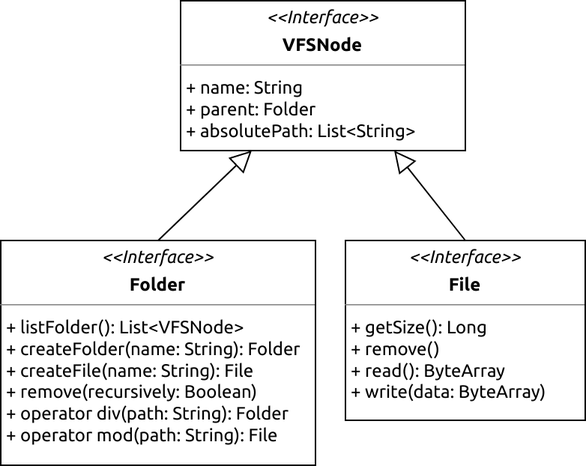
This is images/vfsnode-folder-file.png from vsalavatov/bsse-diploma, a draw.io export, as it was before one commit. Source tidied: cells renumbered, new cells last; positions are measured from the earlier drawing's top-left corner, leaving out a move shared by most shapes. The source it was exported from:
```xml
<mxGraphModel>
  <root>
    <mxCell id="0" />
    <mxCell id="1" parent="0" />
    <mxCell id="2" value="&lt;p style=&quot;margin: 0px ; margin-top: 4px ; text-align: center&quot;&gt;&lt;i&gt;&amp;lt;&amp;lt;Interface&amp;gt;&amp;gt;&lt;/i&gt;&lt;/p&gt;&lt;p style=&quot;margin: 0px ; margin-top: 4px ; text-align: center&quot;&gt;&lt;b&gt;VFSNode&lt;/b&gt;&lt;br&gt;&lt;/p&gt;&lt;hr size=&quot;1&quot;&gt;&lt;p style=&quot;margin: 0px ; margin-left: 4px&quot;&gt;+ name: String&lt;br&gt;+ parent: Folder&lt;/p&gt;&lt;p style=&quot;margin: 0px ; margin-left: 4px&quot;&gt;+ absolutePath: List&amp;lt;String&amp;gt;&lt;br&gt;&lt;/p&gt;&lt;hr size=&quot;1&quot;&gt;" style="verticalAlign=top;align=left;overflow=fill;fontSize=12;fontFamily=Helvetica;html=1;" parent="1" vertex="1">
      <mxGeometry x="120" width="190" height="100" as="geometry" />
    </mxCell>
    <mxCell id="3" value="&lt;p style=&quot;margin: 0px ; margin-top: 4px ; text-align: center&quot;&gt;&lt;i&gt;&amp;lt;&amp;lt;Interface&amp;gt;&amp;gt;&lt;/i&gt;&lt;/p&gt;&lt;p style=&quot;margin: 0px ; margin-top: 4px ; text-align: center&quot;&gt;&lt;b&gt;Folder&lt;/b&gt;&lt;br&gt;&lt;/p&gt;&lt;hr size=&quot;1&quot;&gt;&lt;p style=&quot;margin: 0px ; margin-left: 4px&quot;&gt;+ listFolder(): List&amp;lt;VFSNode&amp;gt;&lt;br&gt;+ createFolder(name: String): Folder&lt;/p&gt;&lt;p style=&quot;margin: 0px ; margin-left: 4px&quot;&gt;+ createFile(name: String): File&lt;/p&gt;&lt;p style=&quot;margin: 0px ; margin-left: 4px&quot;&gt;+ remove(recursively: Boolean)&lt;/p&gt;&lt;p style=&quot;margin: 0px ; margin-left: 4px&quot;&gt;+ operator div(path: String): Folder&lt;/p&gt;&lt;p style=&quot;margin: 0px ; margin-left: 4px&quot;&gt;+ operator mod(path: String): File&lt;br&gt;&lt;/p&gt;" style="verticalAlign=top;align=left;overflow=fill;fontSize=12;fontFamily=Helvetica;html=1;" parent="1" vertex="1">
      <mxGeometry y="160" width="210" height="150" as="geometry" />
    </mxCell>
    <mxCell id="4" style="endArrow=block;endSize=12;endFill=0;html=1;rounded=0;entryX=0.25;entryY=1;entryDx=0;entryDy=0;exitX=0.5;exitY=0;exitDx=0;exitDy=0;" parent="1" edge="1" source="3" target="2">
      <mxGeometry relative="1" as="geometry" />
    </mxCell>
    <mxCell id="5" value="&lt;p style=&quot;margin: 0px ; margin-top: 4px ; text-align: center&quot;&gt;&lt;i&gt;&amp;lt;&amp;lt;Interface&amp;gt;&amp;gt;&lt;/i&gt;&lt;/p&gt;&lt;p style=&quot;margin: 0px ; margin-top: 4px ; text-align: center&quot;&gt;&lt;b&gt;File&lt;/b&gt;&lt;br&gt;&lt;/p&gt;&lt;hr size=&quot;1&quot;&gt;&lt;p style=&quot;margin: 0px ; margin-left: 4px&quot;&gt;+ getSize(): Long&lt;br&gt;+ remove()&lt;/p&gt;&lt;p style=&quot;margin: 0px ; margin-left: 4px&quot;&gt;+ read(): ByteArray&lt;br&gt;&lt;/p&gt;&lt;p style=&quot;margin: 0px ; margin-left: 4px&quot;&gt;+ write(data: ByteArray)&lt;/p&gt;" style="verticalAlign=top;align=left;overflow=fill;fontSize=12;fontFamily=Helvetica;html=1;" parent="1" vertex="1">
      <mxGeometry x="230" y="160" width="160" height="120" as="geometry" />
    </mxCell>
    <mxCell id="6" style="endArrow=block;endSize=12;endFill=0;html=1;rounded=0;exitX=0.5;exitY=0;exitDx=0;exitDy=0;entryX=0.75;entryY=1;entryDx=0;entryDy=0;" parent="1" edge="1" source="5" target="2">
      <mxGeometry relative="1" as="geometry" />
    </mxCell>
  </root>
</mxGraphModel>
```
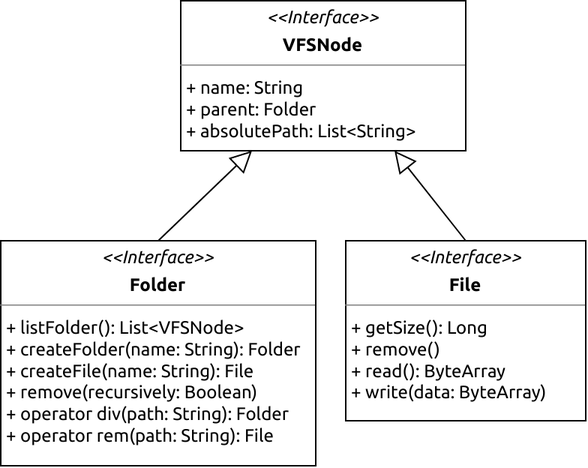
After the commit.

What changed in the source:
```diff
@@ -5,7 +5,7 @@
     <mxCell id="2" value="&lt;p style=&quot;margin: 0px ; margin-top: 4px ; text-align: center&quot;&gt;&lt;i&gt;&amp;lt;&amp;lt;Interface&amp;gt;&amp;gt;&lt;/i&gt;&lt;/p&gt;&lt;p style=&quot;margin: 0px ; margin-top: 4px ; text-align: center&quot;&gt;&lt;b&gt;VFSNode&lt;/b&gt;&lt;br&gt;&lt;/p&gt;&lt;hr size=&quot;1&quot;&gt;&lt;p style=&quot;margin: 0px ; margin-left: 4px&quot;&gt;+ name: String&lt;br&gt;+ parent: Folder&lt;/p&gt;&lt;p style=&quot;margin: 0px ; margin-left: 4px&quot;&gt;+ absolutePath: List&amp;lt;String&amp;gt;&lt;br&gt;&lt;/p&gt;&lt;hr size=&quot;1&quot;&gt;" style="verticalAlign=top;align=left;overflow=fill;fontSize=12;fontFamily=Helvetica;html=1;" parent="1" vertex="1">
       <mxGeometry x="120" width="190" height="100" as="geometry" />
     </mxCell>
-    <mxCell id="3" value="&lt;p style=&quot;margin: 0px ; margin-top: 4px ; text-align: center&quot;&gt;&lt;i&gt;&amp;lt;&amp;lt;Interface&amp;gt;&amp;gt;&lt;/i&gt;&lt;/p&gt;&lt;p style=&quot;margin: 0px ; margin-top: 4px ; text-align: center&quot;&gt;&lt;b&gt;Folder&lt;/b&gt;&lt;br&gt;&lt;/p&gt;&lt;hr size=&quot;1&quot;&gt;&lt;p style=&quot;margin: 0px ; margin-left: 4px&quot;&gt;+ listFolder(): List&amp;lt;VFSNode&amp;gt;&lt;br&gt;+ createFolder(name: String): Folder&lt;/p&gt;&lt;p style=&quot;margin: 0px ; margin-left: 4px&quot;&gt;+ createFile(name: String): File&lt;/p&gt;&lt;p style=&quot;margin: 0px ; margin-left: 4px&quot;&gt;+ remove(recursively: Boolean)&lt;/p&gt;&lt;p style=&quot;margin: 0px ; margin-left: 4px&quot;&gt;+ operator div(path: String): Folder&lt;/p&gt;&lt;p style=&quot;margin: 0px ; margin-left: 4px&quot;&gt;+ operator mod(path: String): File&lt;br&gt;&lt;/p&gt;" style="verticalAlign=top;align=left;overflow=fill;fontSize=12;fontFamily=Helvetica;html=1;" parent="1" vertex="1">
+    <mxCell id="3" value="&lt;p style=&quot;margin: 0px ; margin-top: 4px ; text-align: center&quot;&gt;&lt;i&gt;&amp;lt;&amp;lt;Interface&amp;gt;&amp;gt;&lt;/i&gt;&lt;/p&gt;&lt;p style=&quot;margin: 0px ; margin-top: 4px ; text-align: center&quot;&gt;&lt;b&gt;Folder&lt;/b&gt;&lt;br&gt;&lt;/p&gt;&lt;hr size=&quot;1&quot;&gt;&lt;p style=&quot;margin: 0px ; margin-left: 4px&quot;&gt;+ listFolder(): List&amp;lt;VFSNode&amp;gt;&lt;br&gt;+ createFolder(name: String): Folder&lt;/p&gt;&lt;p style=&quot;margin: 0px ; margin-left: 4px&quot;&gt;+ createFile(name: String): File&lt;/p&gt;&lt;p style=&quot;margin: 0px ; margin-left: 4px&quot;&gt;+ remove(recursively: Boolean)&lt;/p&gt;&lt;p style=&quot;margin: 0px ; margin-left: 4px&quot;&gt;+ operator div(path: String): Folder&lt;/p&gt;&lt;p style=&quot;margin: 0px ; margin-left: 4px&quot;&gt;+ operator rem(path: String): File&lt;br&gt;&lt;/p&gt;" style="verticalAlign=top;align=left;overflow=fill;fontSize=12;fontFamily=Helvetica;html=1;" parent="1" vertex="1">
       <mxGeometry y="160" width="210" height="150" as="geometry" />
     </mxCell>
     <mxCell id="4" style="endArrow=block;endSize=12;endFill=0;html=1;rounded=0;entryX=0.25;entryY=1;entryDx=0;entryDy=0;exitX=0.5;exitY=0;exitDx=0;exitDy=0;" parent="1" edge="1" source="3" target="2">
```
